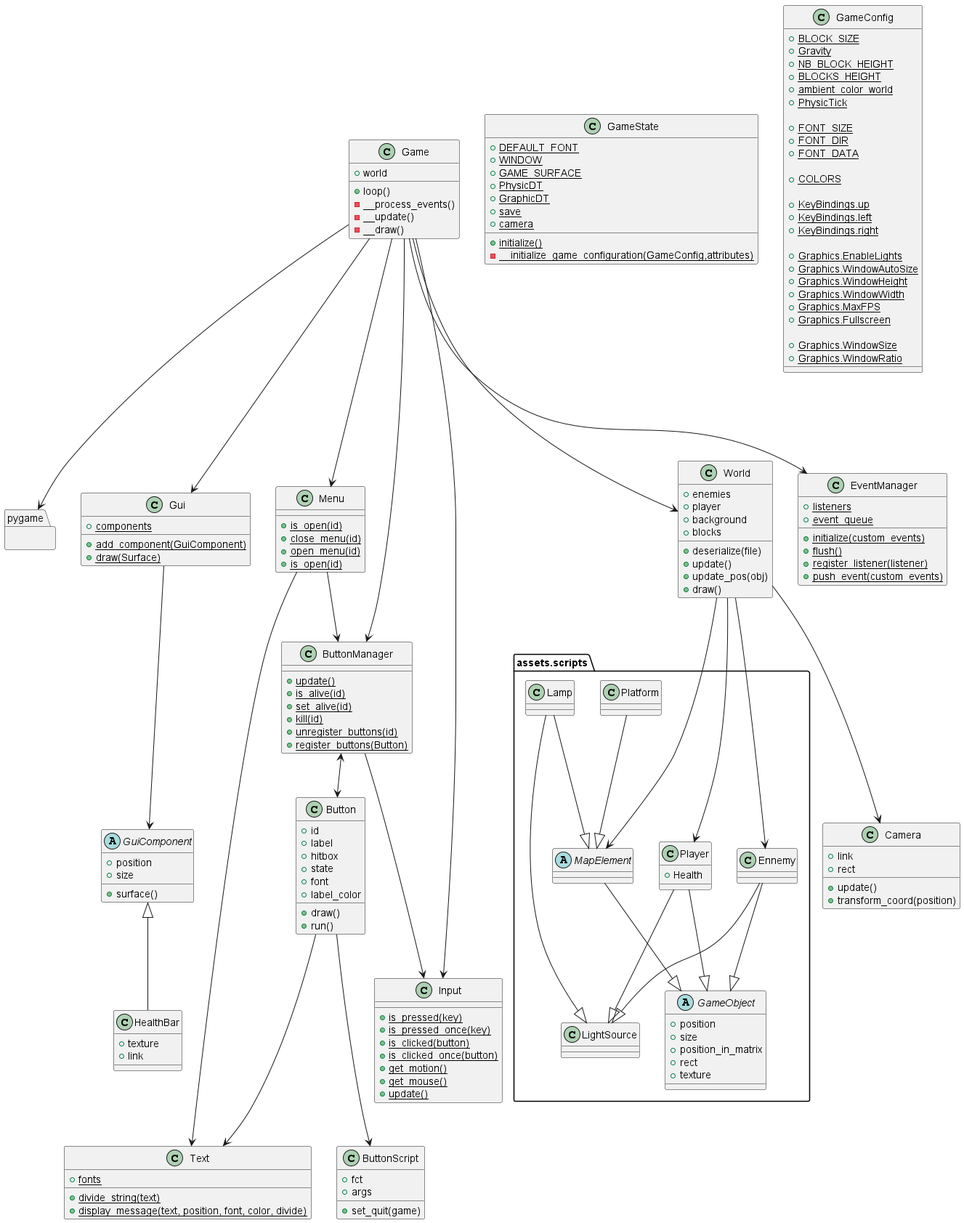
Above: uml/game.png in AquaBx/SlimeGame (PlantUML), before the change. Its diagram source:
```plantuml
@startuml Jeu

package pygame{}

package assets.scripts {
    abstract GameObject{
        + position
        + size
        + position_in_matrix
        + rect
        + texture
    }
    abstract MapElement{}

    class LightSource{}

    class Platform{}
    class Lamp{}


    class Player{
        + Health
    }
    class Ennemy{}

}

class Camera {
    + link
    + rect
    + update()
    + transform_coord(position)
}

class Game {
    + world
    + loop()
    - __process_events()
    - __update()
    - __draw()
}

class Gui {
    {static} + components
    {static} + add_component(GuiComponent)
    {static} + draw(Surface)
}

class HealthBar{
    + texture
    + link
}

abstract GuiComponent{
    + position
    + size
    + surface()
}

class ButtonScript{
    + fct
    + args
    + set_quit(game)
}

class Button{
    + id
    + label
    + hitbox
    + state
    + font
    + label_color

    + draw()
    + run()
}

class ButtonManager{
    {static} + update()
    {static} + is_alive(id)
    {static} + set_alive(id)
    {static} + kill(id)
    {static} + unregister_buttons(id)
    {static} + register_buttons(Button)
}

class World{
    + enemies
    + player
    + background
    + blocks
    + deserialize(file)
    + update()
    + update_pos(obj)
    + draw()
}

class Menu {
    {static} + is_open(id)
    {static} + close_menu(id)
    {static} + open_menu(id)
    {static} + is_open(id)
}

class Text {
    {static} + fonts
    {static} + divide_string(text)
    {static} + display_message(text, position, font, color, divide)
}

class Input{
    {static} + is_pressed(key)
    {static} + is_pressed_once(key)
    {static} + is_clicked(button)
    {static} + is_clicked_once(button)
    {static} + get_motion()
    {static} + get_mouse()
    {static} + update()
}

class EventManager{
    {static} + listeners
    {static} + event_queue

    {static} + initialize(custom_events)
    {static} + flush()
    {static} + register_listener(listener)
    {static} + push_event(custom_events)
}

class GameState {
    {static} + DEFAULT_FONT
    {static} + WINDOW
    {static} + GAME_SURFACE
    {static} + PhysicDT
    {static} + GraphicDT
    {static} + save
    {static} + camera

    {static} + initialize()
    {static} - __initialize_game_configuration(GameConfig,attributes)
}

class GameConfig {
    {static} + BLOCK_SIZE
    {static} + Gravity
    {static} + NB_BLOCK_HEIGHT
    {static} + BLOCKS_HEIGHT
    {static} + ambient_color_world
    {static} + PhysicTick

    {static} + FONT_SIZE
    {static} + FONT_DIR
    {static} + FONT_DATA

    {static} + COLORS

    {static} + KeyBindings.up
    {static} + KeyBindings.left
    {static} + KeyBindings.right

    {static} + Graphics.EnableLights
    {static} + Graphics.WindowAutoSize
    {static} + Graphics.WindowHeight
    {static} + Graphics.WindowWidth
    {static} + Graphics.MaxFPS
    {static} + Graphics.Fullscreen

    {static} + Graphics.WindowSize
    {static} + Graphics.WindowRatio
}

Ennemy        --|> LightSource
Ennemy        --|> GameObject

Player        --|> LightSource
Player        --|> GameObject

MapElement    --|> GameObject
Platform      --|> MapElement
Lamp          --|> MapElement
Lamp          --|> LightSource

Game          ---> pygame

Button        ---> ButtonScript
Button        ---> Text

ButtonManager <--> Button
ButtonManager ---> Input

GuiComponent     <|-- HealthBar

Gui ---> GuiComponent

Game          ---> Menu
Game          ---> Input
Game          ---> World
Game          ---> EventManager
Game          ---> ButtonManager
Game          ---> Gui

Menu --> ButtonManager
Menu ---> Text

World         ---> Camera
World         ---> MapElement
World         ---> Player
World         ---> Ennemy

@enduml
```
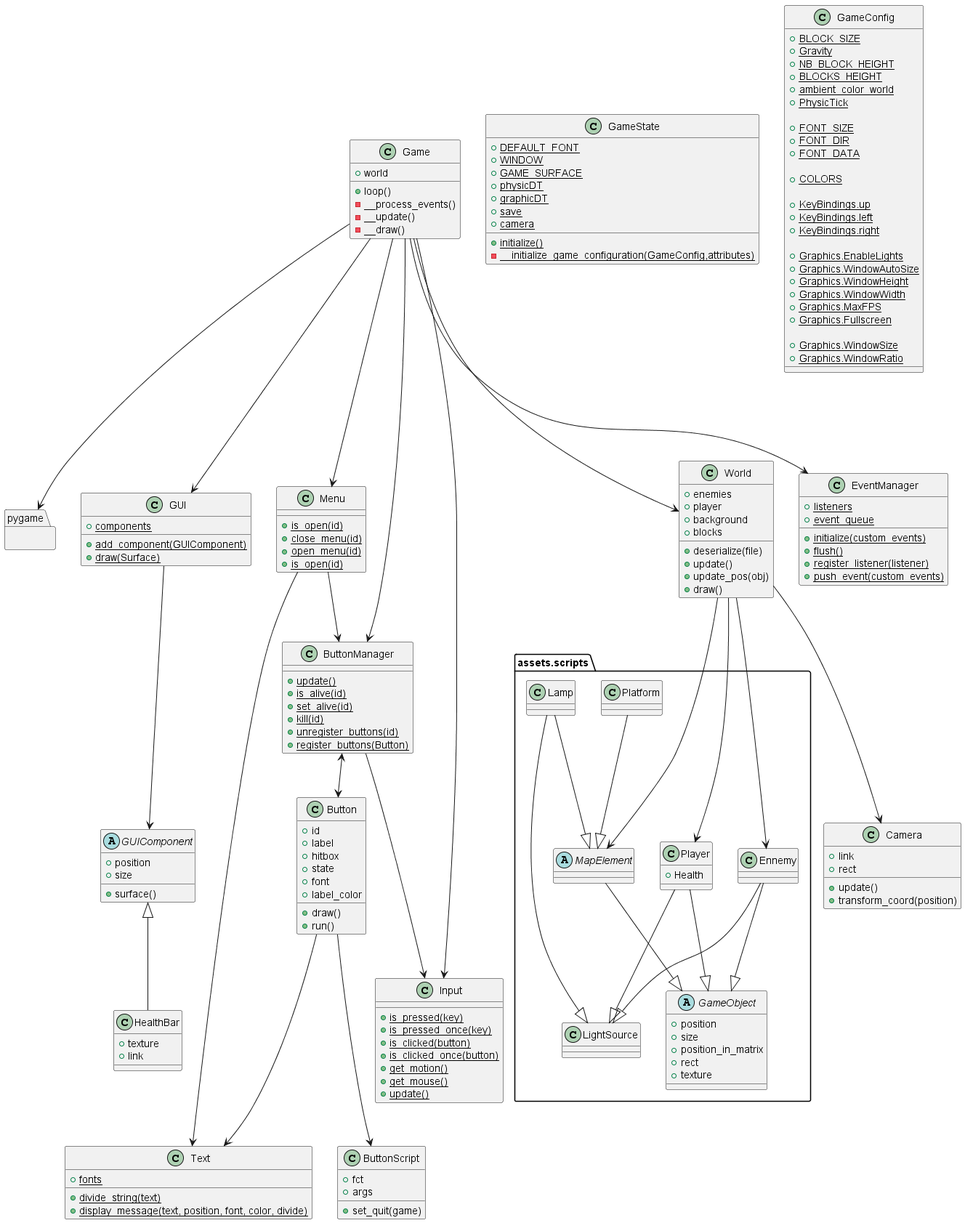
Later version of the same file.

Change to the diagram source:
```diff
@@ -1,4 +1,4 @@
-@startuml Jeu
+@startuml game
 
 package pygame{}
 
@@ -40,9 +40,9 @@
     - __draw()
 }
 
-class Gui {
+class GUI {
     {static} + components
-    {static} + add_component(GuiComponent)
+    {static} + add_component(GUIComponent)
     {static} + draw(Surface)
 }
 
@@ -51,7 +51,7 @@
     + link
 }
 
-abstract GuiComponent{
+abstract GUIComponent{
     + position
     + size
     + surface()
@@ -132,8 +132,8 @@
     {static} + DEFAULT_FONT
     {static} + WINDOW
     {static} + GAME_SURFACE
-    {static} + PhysicDT
-    {static} + GraphicDT
+    {static} + physicDT
+    {static} + graphicDT
     {static} + save
     {static} + camera
 
@@ -189,16 +189,16 @@
 ButtonManager <--> Button
 ButtonManager ---> Input
 
-GuiComponent     <|-- HealthBar
+GUIComponent     <|-- HealthBar
 
-Gui ---> GuiComponent
+GUI ---> GUIComponent
 
 Game          ---> Menu
 Game          ---> Input
 Game          ---> World
 Game          ---> EventManager
 Game          ---> ButtonManager
-Game          ---> Gui
+Game          ---> GUI
 
 Menu --> ButtonManager
 Menu ---> Text
```
